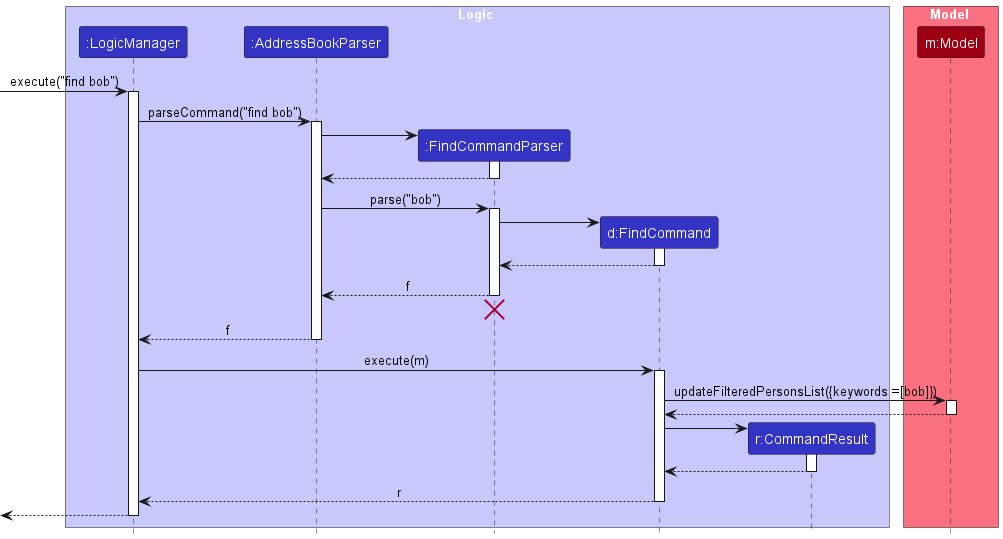
Earlier version of the PlantUML export docs/images/FindSequenceDiagram.png (nus-cs2103-AY2425S1/tp).
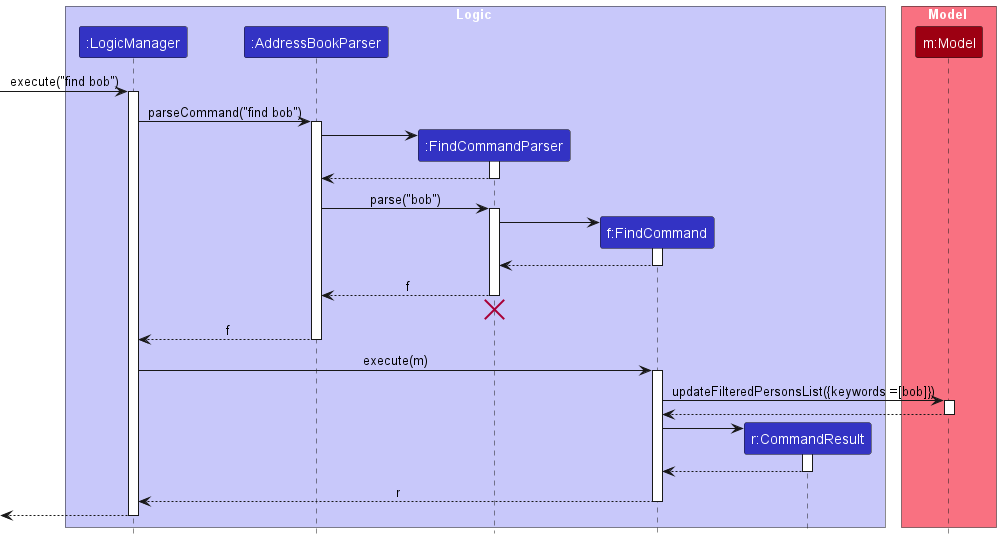
Later version of the same file.

Commit message:
Edit Find sequence diagram

The edit, as a diff of the source:
```diff
@@ -6,7 +6,7 @@
 participant ":LogicManager" as LogicManager LOGIC_COLOR
 participant ":AddressBookParser" as AddressBookParser LOGIC_COLOR
 participant ":FindCommandParser" as FindCommandParser LOGIC_COLOR
-participant "d:FindCommand" as FindCommand LOGIC_COLOR
+participant "f:FindCommand" as FindCommand LOGIC_COLOR
 participant "r:CommandResult" as CommandResult LOGIC_COLOR
 end box
 
```
